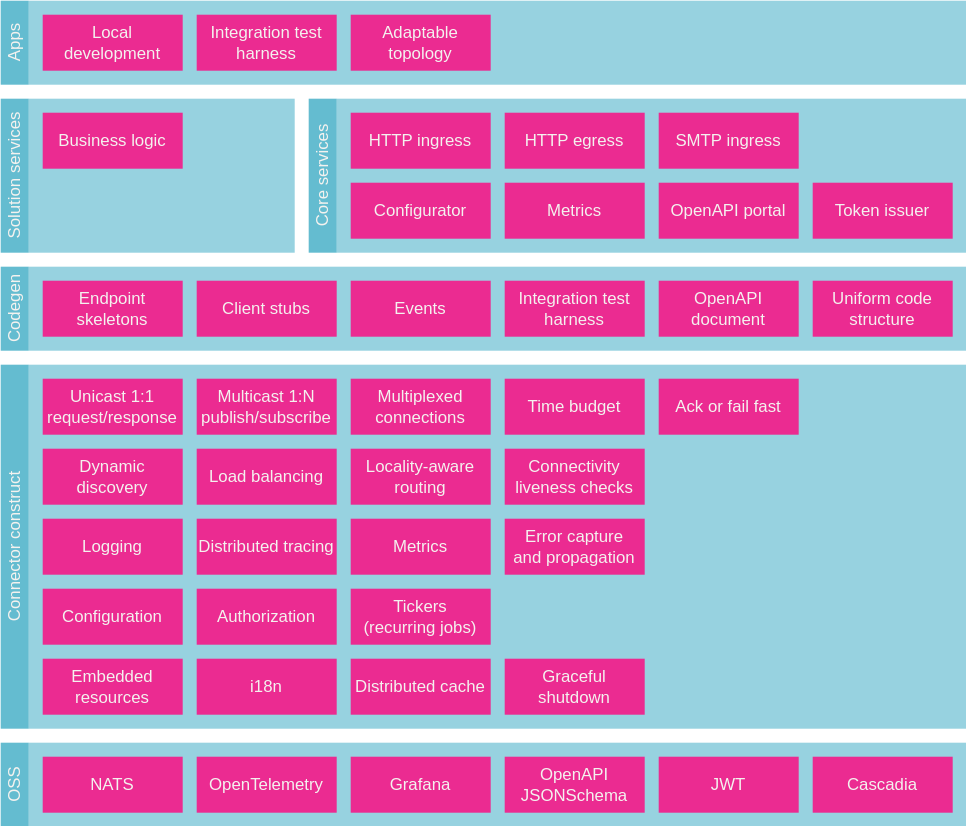
bhardwajRahul/fabric keeps this draw.io diagram as docs/blocks/layers-1.drawio.svg. Above is the earlier version. Source tidied: cells renumbered, new cells last; positions are measured from the earlier drawing's top-left corner, leaving out a move shared by most shapes.
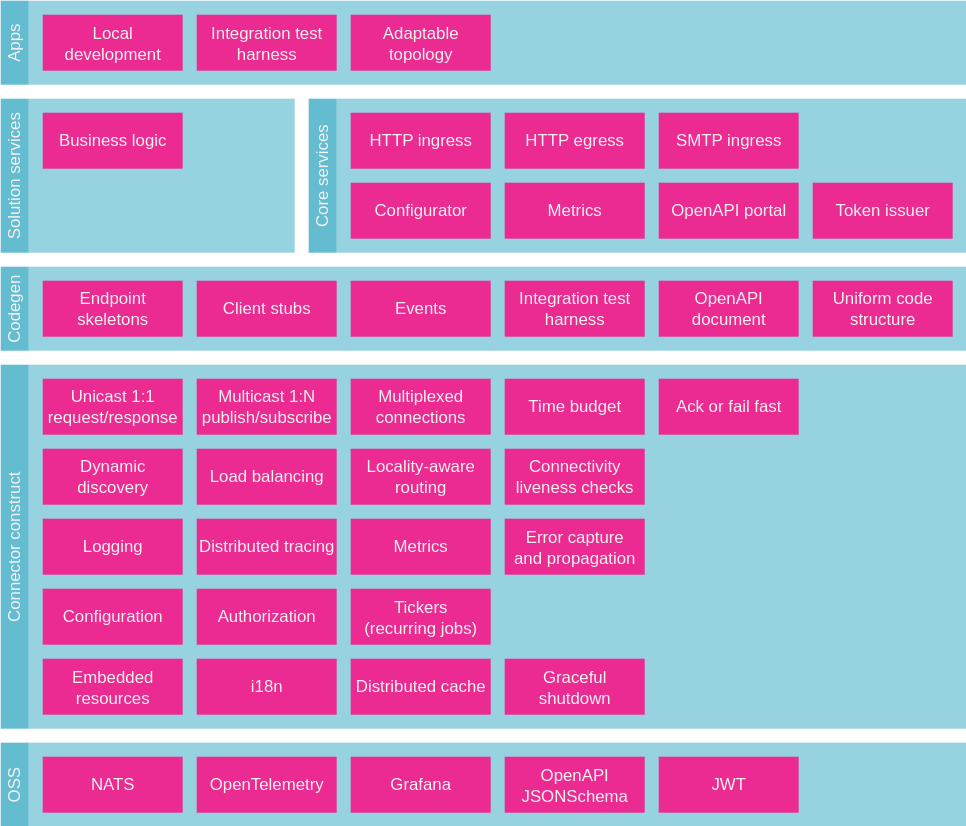
Above is the later version.

Change to the diagram source:
```diff
@@ -119,9 +119,6 @@
     <mxCell id="40" value="OpenTelemetry" style="rounded=0;whiteSpace=wrap;html=1;fillColor=#eb2b91;strokeColor=none;fontColor=#F4F2EF;align=center;verticalAlign=middle;fontFamily=Helvetica;fontSize=12;" parent="1" vertex="1">
       <mxGeometry x="140" y="540" width="100" height="40" as="geometry" />
     </mxCell>
-    <mxCell id="41" value="Cascadia" style="rounded=0;whiteSpace=wrap;html=1;fillColor=#eb2b91;strokeColor=none;fontColor=#F4F2EF;align=center;verticalAlign=middle;fontFamily=Helvetica;fontSize=12;" parent="1" vertex="1">
-      <mxGeometry x="580" y="540" width="100" height="40" as="geometry" />
-    </mxCell>
     <mxCell id="42" value="i18n" style="rounded=0;whiteSpace=wrap;html=1;fillColor=#eb2b91;strokeColor=none;fontColor=#F4F2EF;align=center;verticalAlign=middle;fontFamily=Helvetica;fontSize=12;" parent="1" vertex="1">
       <mxGeometry x="140" y="470" width="100" height="40" as="geometry" />
     </mxCell>
```
